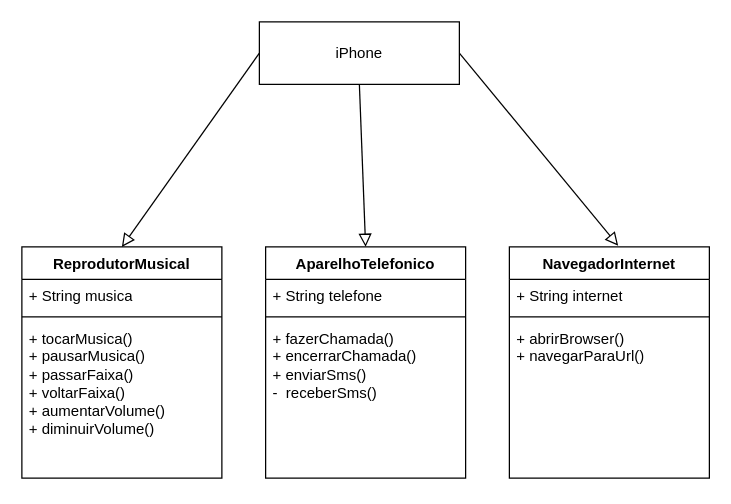
Before: desafio-poo-iphone/iPhone.drawio in cszpro/java_trainning, a draw.io diagram. Source tidied: cells renumbered, new cells numbered last; positions are measured from the earlier drawing's top-left corner, leaving out a move shared by most shapes. Both pictures are drawn from the tidied source at 125%, with x=0, y=0 at pixel (21, 21).
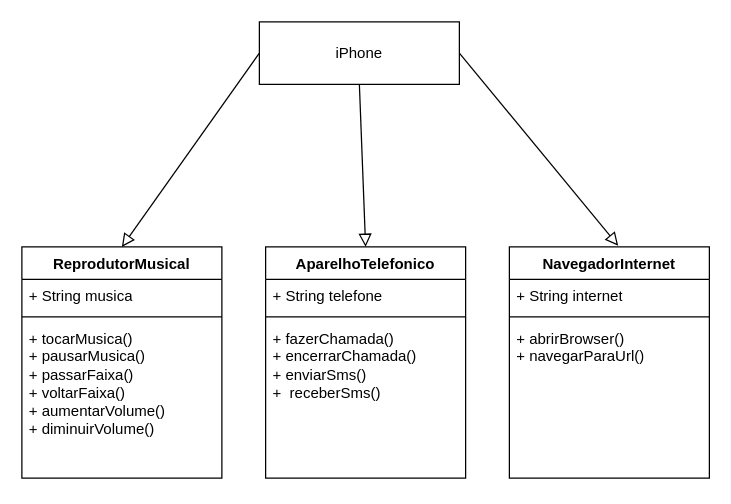
The same page after the edit.

The edit, as a diff of the source:
```diff
@@
 <mxGraphModel>
   <root>
     <mxCell id="0" />
     <mxCell id="1" parent="0" />
     <mxCell id="2" value="ReprodutorMusical" style="swimlane;fontStyle=1;align=center;verticalAlign=top;horizontal=1;startSize=26;whiteSpace=wrap;html=1;" parent="1" vertex="1">
       <mxGeometry y="180" width="160" height="185" as="geometry" />
     </mxCell>
     <mxCell id="3" value="+ String musica" style="text;strokeColor=none;fillColor=none;align=left;verticalAlign=top;spacingLeft=4;spacingRight=4;overflow=hidden;whiteSpace=wrap;html=1;" parent="2" vertex="1">
       <mxGeometry y="26" width="160" height="26" as="geometry" />
     </mxCell>
     <mxCell id="4" style="line;strokeWidth=1;fillColor=none;align=left;verticalAlign=middle;spacingTop=-1;spacingLeft=3;spacingRight=3;labelPosition=right;strokeColor=inherit;" parent="2" vertex="1">
       <mxGeometry y="52" width="160" height="8" as="geometry" />
     </mxCell>
     <mxCell id="5" value="+ tocarMusica()&lt;div&gt;+ pausarMusica()&lt;/div&gt;&lt;div&gt;+ passarFaixa()&lt;/div&gt;&lt;div&gt;+ voltarFaixa()&lt;/div&gt;&lt;div&gt;+ aumentarVolume()&lt;/div&gt;&lt;div&gt;+ diminuirVolume()&lt;/div&gt;" style="text;strokeColor=none;fillColor=none;align=left;verticalAlign=top;spacingLeft=4;spacingRight=4;overflow=hidden;whiteSpace=wrap;html=1;" parent="2" vertex="1">
       <mxGeometry y="60" width="160" height="125" as="geometry" />
     </mxCell>
     <mxCell id="6" value="AparelhoTelefonico" style="swimlane;fontStyle=1;align=center;verticalAlign=top;horizontal=1;startSize=26;whiteSpace=wrap;html=1;" parent="1" vertex="1">
       <mxGeometry x="195" y="180" width="160" height="185" as="geometry" />
     </mxCell>
     <mxCell id="7" value="+ String telefone" style="text;strokeColor=none;fillColor=none;align=left;verticalAlign=top;spacingLeft=4;spacingRight=4;overflow=hidden;whiteSpace=wrap;html=1;" parent="6" vertex="1">
       <mxGeometry y="26" width="160" height="26" as="geometry" />
     </mxCell>
     <mxCell id="8" style="line;strokeWidth=1;fillColor=none;align=left;verticalAlign=middle;spacingTop=-1;spacingLeft=3;spacingRight=3;labelPosition=right;strokeColor=inherit;" parent="6" vertex="1">
       <mxGeometry y="52" width="160" height="8" as="geometry" />
     </mxCell>
-    <mxCell id="9" value="+ fazerChamada()&lt;div&gt;+ encerrarChamada()&lt;/div&gt;&lt;div&gt;+ enviarSms()&lt;/div&gt;&lt;div&gt;-&amp;nbsp; receberSms()&lt;/div&gt;&lt;div&gt;&lt;br&gt;&lt;/div&gt;" style="text;strokeColor=none;fillColor=none;align=left;verticalAlign=top;spacingLeft=4;spacingRight=4;overflow=hidden;whiteSpace=wrap;html=1;" parent="6" vertex="1">
+    <mxCell id="9" value="+ fazerChamada()&lt;div&gt;+ encerrarChamada()&lt;/div&gt;&lt;div&gt;+ enviarSms()&lt;/div&gt;&lt;div&gt;+&amp;nbsp; receberSms()&lt;/div&gt;&lt;div&gt;&lt;br&gt;&lt;/div&gt;" style="text;strokeColor=none;fillColor=none;align=left;verticalAlign=top;spacingLeft=4;spacingRight=4;overflow=hidden;whiteSpace=wrap;html=1;" parent="6" vertex="1">
       <mxGeometry y="60" width="160" height="125" as="geometry" />
     </mxCell>
     <mxCell id="10" value="NavegadorInternet" style="swimlane;fontStyle=1;align=center;verticalAlign=top;horizontal=1;startSize=26;whiteSpace=wrap;html=1;" parent="1" vertex="1">
       <mxGeometry x="390" y="180" width="160" height="185" as="geometry" />
     </mxCell>
     <mxCell id="11" value="+ String internet" style="text;strokeColor=none;fillColor=none;align=left;verticalAlign=top;spacingLeft=4;spacingRight=4;overflow=hidden;whiteSpace=wrap;html=1;" parent="10" vertex="1">
       <mxGeometry y="26" width="160" height="26" as="geometry" />
     </mxCell>
     <mxCell id="12" style="line;strokeWidth=1;fillColor=none;align=left;verticalAlign=middle;spacingTop=-1;spacingLeft=3;spacingRight=3;labelPosition=right;strokeColor=inherit;" parent="10" vertex="1">
       <mxGeometry y="52" width="160" height="8" as="geometry" />
     </mxCell>
     <mxCell id="13" value="+ abrirBrowser()&lt;div&gt;+ navegarParaUrl()&lt;/div&gt;" style="text;strokeColor=none;fillColor=none;align=left;verticalAlign=top;spacingLeft=4;spacingRight=4;overflow=hidden;whiteSpace=wrap;html=1;" parent="10" vertex="1">
       <mxGeometry y="60" width="160" height="125" as="geometry" />
     </mxCell>
     <mxCell id="14" value="iPhone" style="html=1;whiteSpace=wrap;" parent="1" vertex="1">
       <mxGeometry x="190" width="160" height="50" as="geometry" />
     </mxCell>
     <mxCell id="15" style="endArrow=block;html=1;rounded=0;align=center;verticalAlign=bottom;endFill=0;labelBackgroundColor=none;endSize=8;exitX=0.5;exitY=1;exitDx=0;exitDy=0;entryX=0.5;entryY=0;entryDx=0;entryDy=0;" parent="1" edge="1" source="14" target="6">
       <mxGeometry relative="1" as="geometry" />
     </mxCell>
     <mxCell id="16" style="endArrow=block;html=1;rounded=0;align=center;verticalAlign=bottom;endFill=0;labelBackgroundColor=none;endSize=8;exitX=1;exitY=0.5;exitDx=0;exitDy=0;entryX=0.544;entryY=-0.005;entryDx=0;entryDy=0;entryPerimeter=0;" parent="1" edge="1" source="14" target="10">
       <mxGeometry relative="1" as="geometry" />
     </mxCell>
     <mxCell id="17" style="endArrow=block;html=1;rounded=0;align=center;verticalAlign=bottom;endFill=0;labelBackgroundColor=none;endSize=8;exitX=0;exitY=0.5;exitDx=0;exitDy=0;entryX=0.5;entryY=0;entryDx=0;entryDy=0;" parent="1" edge="1" source="14" target="2">
       <mxGeometry relative="1" as="geometry" />
     </mxCell>
   </root>
 </mxGraphModel>
```
